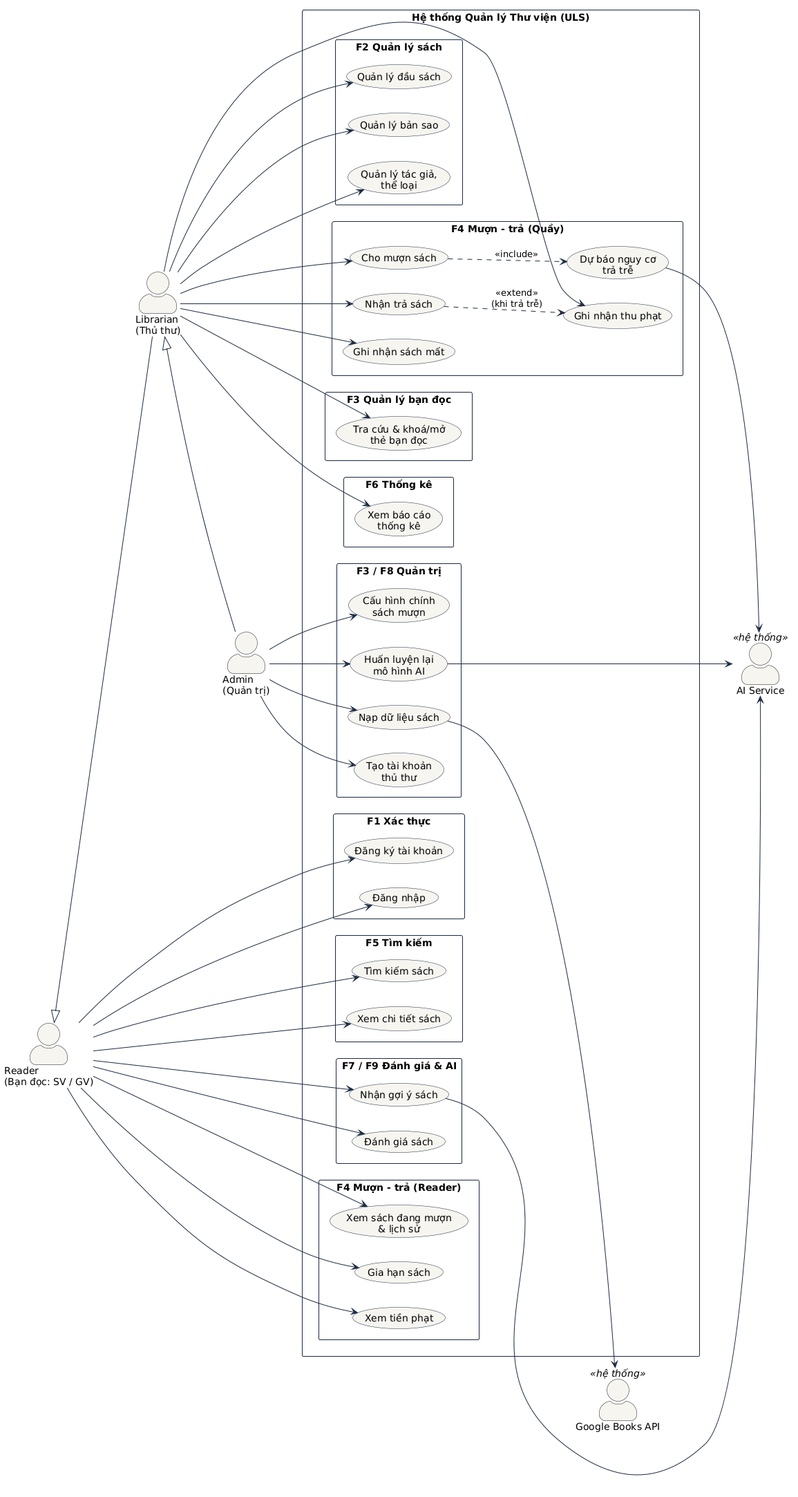
Above: docs/uml/use-case-overview.png in khoidev2001/university-library-system (PlantUML), before the change.
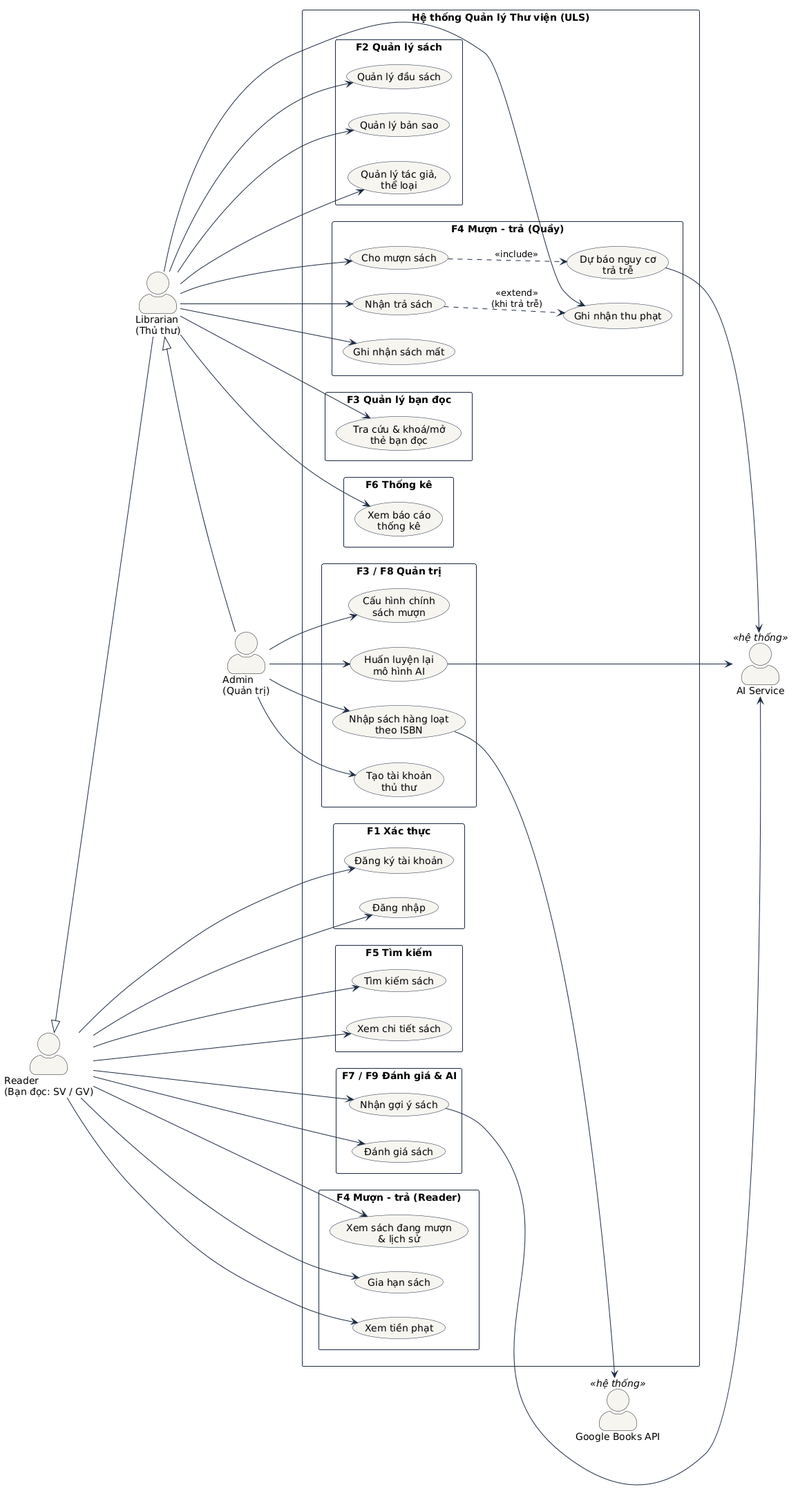
After the commit.

Commit message:
docs: FR-BOOK-05 nhập sách theo ISBN; sửa số liệu brief; cập nhật biểu đồ

What changed in the source:
```diff
@@ -61,7 +61,7 @@
     usecase "Tạo tài khoản\nthủ thư" as UC14
     usecase "Cấu hình chính\nsách mượn" as UC15
     usecase "Huấn luyện lại\nmô hình AI" as UC21
-    usecase "Nạp dữ liệu sách" as UC22
+    usecase "Nhập sách hàng loạt\ntheo ISBN" as UC22
   }
 }
 
```
